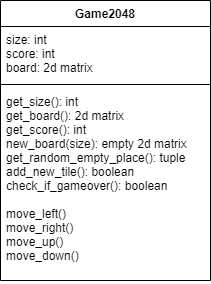
asnabryg/ot-harjoitustyo keeps this draw.io diagram as dokumentaatio/kuvat/Pelilogiikka.png. Above is the earlier version. Source tidied: cells renumbered, new cells last; positions are measured from the earlier drawing's top-left corner, leaving out a move shared by most shapes. The source it was exported from:
```xml
<mxGraphModel>
  <root>
    <mxCell id="0" />
    <mxCell id="1" parent="0" />
    <mxCell id="2" value="Game2048" style="swimlane;fontStyle=1;align=center;verticalAlign=top;horizontal=1;startSize=26;" parent="1" vertex="1">
      <mxGeometry width="210" height="280" as="geometry" />
    </mxCell>
    <mxCell id="3" value="size: int&#10;score: int&#10;board: 2d matrix" style="text;strokeColor=none;fillColor=none;align=left;verticalAlign=top;spacingLeft=4;spacingRight=4;overflow=hidden;" parent="2" vertex="1">
      <mxGeometry y="26" width="210" height="54" as="geometry" />
    </mxCell>
    <mxCell id="4" style="line;strokeWidth=1;fillColor=none;align=left;verticalAlign=middle;spacingTop=-1;spacingLeft=3;spacingRight=3;labelPosition=right;" parent="2" vertex="1">
      <mxGeometry y="80" width="210" height="8" as="geometry" />
    </mxCell>
    <mxCell id="5" value="get_size(): int&#10;get_board(): 2d matrix&#10;get_score(): int&#10;new_board(size): empty 2d matrix&#10;get_random_empty_place(): tuple&#10;add_new_tile(): boolean&#10;check_if_gameover(): boolean&#10;&#10;move_left()&#10;move_right()&#10;move_up()&#10;move_down()&#10;" style="text;strokeColor=none;fillColor=none;align=left;verticalAlign=top;spacingLeft=4;spacingRight=4;overflow=hidden;" parent="2" vertex="1">
      <mxGeometry y="88" width="210" height="192" as="geometry" />
    </mxCell>
  </root>
</mxGraphModel>
```
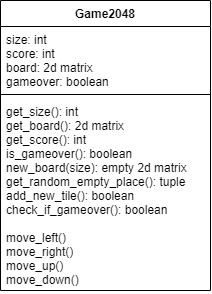
The same file after the commit.

Commit message:
Muokattu dokumentaation kuvia

Change to the diagram source:
```diff
@@ -3,16 +3,16 @@
     <mxCell id="0" />
     <mxCell id="1" parent="0" />
     <mxCell id="2" value="Game2048" style="swimlane;fontStyle=1;align=center;verticalAlign=top;horizontal=1;startSize=26;" parent="1" vertex="1">
-      <mxGeometry width="210" height="280" as="geometry" />
+      <mxGeometry width="210" height="290" as="geometry" />
     </mxCell>
-    <mxCell id="3" value="size: int&#10;score: int&#10;board: 2d matrix" style="text;strokeColor=none;fillColor=none;align=left;verticalAlign=top;spacingLeft=4;spacingRight=4;overflow=hidden;" parent="2" vertex="1">
-      <mxGeometry y="26" width="210" height="54" as="geometry" />
+    <mxCell id="3" value="size: int&#10;score: int&#10;board: 2d matrix&#10;gameover: boolean" style="text;strokeColor=none;fillColor=none;align=left;verticalAlign=top;spacingLeft=4;spacingRight=4;overflow=hidden;" parent="2" vertex="1">
+      <mxGeometry y="26" width="210" height="64" as="geometry" />
     </mxCell>
     <mxCell id="4" style="line;strokeWidth=1;fillColor=none;align=left;verticalAlign=middle;spacingTop=-1;spacingLeft=3;spacingRight=3;labelPosition=right;" parent="2" vertex="1">
-      <mxGeometry y="80" width="210" height="8" as="geometry" />
+      <mxGeometry y="90" width="210" height="8" as="geometry" />
     </mxCell>
-    <mxCell id="5" value="get_size(): int&#10;get_board(): 2d matrix&#10;get_score(): int&#10;new_board(size): empty 2d matrix&#10;get_random_empty_place(): tuple&#10;add_new_tile(): boolean&#10;check_if_gameover(): boolean&#10;&#10;move_left()&#10;move_right()&#10;move_up()&#10;move_down()&#10;" style="text;strokeColor=none;fillColor=none;align=left;verticalAlign=top;spacingLeft=4;spacingRight=4;overflow=hidden;" parent="2" vertex="1">
-      <mxGeometry y="88" width="210" height="192" as="geometry" />
+    <mxCell id="5" value="get_size(): int&#10;get_board(): 2d matrix&#10;get_score(): int&#10;is_gameover(): boolean&#10;new_board(size): empty 2d matrix&#10;get_random_empty_place(): tuple&#10;add_new_tile(): boolean&#10;check_if_gameover(): boolean&#10;&#10;move_left()&#10;move_right()&#10;move_up()&#10;move_down()&#10;" style="text;strokeColor=none;fillColor=none;align=left;verticalAlign=top;spacingLeft=4;spacingRight=4;overflow=hidden;" parent="2" vertex="1">
+      <mxGeometry y="98" width="210" height="192" as="geometry" />
     </mxCell>
   </root>
 </mxGraphModel>
```
